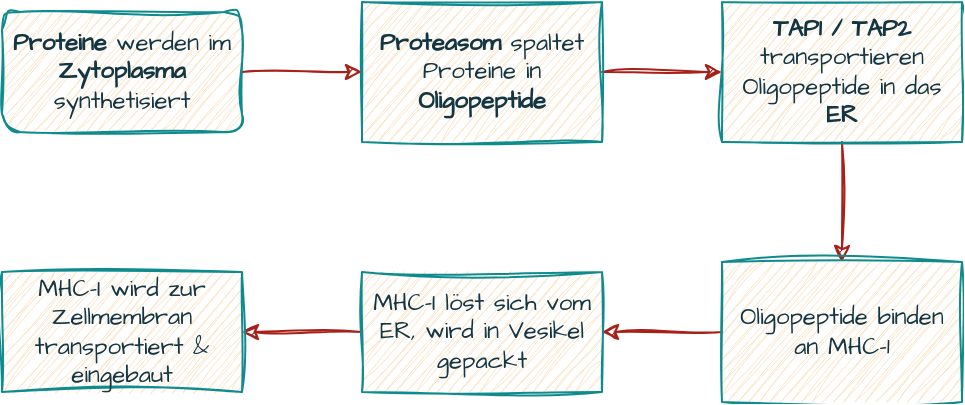
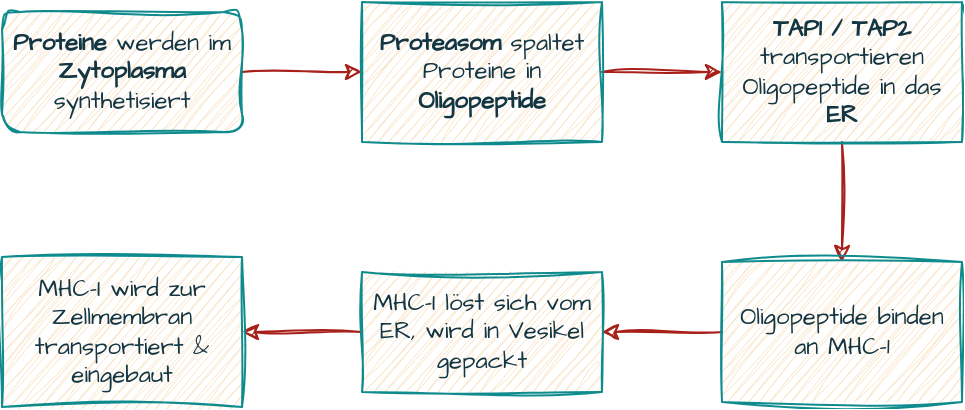
<mxfile host="app.diagrams.net">
  <diagram name="Seite-1" id="3T6dmeuWG0E3CaiEe-1n">
    <mxGraphModel dx="699" dy="434" grid="1" gridSize="10" guides="1" tooltips="1" connect="1" arrows="1" fold="1" page="1" pageScale="1" pageWidth="1169" pageHeight="1169" math="0" shadow="0">
      <root>
        <mxCell id="0" />
        <mxCell id="1" parent="0" />
        <mxCell id="vtuHTFCv5K9JY3mDgwnT-8" edge="1" parent="1" source="vtuHTFCv5K9JY3mDgwnT-1" style="edgeStyle=orthogonalEdgeStyle;rounded=0;sketch=1;hachureGap=4;jiggle=2;curveFitting=1;orthogonalLoop=1;jettySize=auto;html=1;fontFamily=Architects Daughter;fontSource=https%3A%2F%2Ffonts.googleapis.com%2Fcss%3Ffamily%3DArchitects%2BDaughter;labelBackgroundColor=none;strokeColor=#A8201A;fontColor=default;" target="vtuHTFCv5K9JY3mDgwnT-2">
          <mxGeometry relative="1" as="geometry" />
        </mxCell>
        <mxCell id="vtuHTFCv5K9JY3mDgwnT-1" parent="1" style="rounded=1;whiteSpace=wrap;html=1;sketch=1;hachureGap=4;jiggle=2;curveFitting=1;fontFamily=Architects Daughter;fontSource=https%3A%2F%2Ffonts.googleapis.com%2Fcss%3Ffamily%3DArchitects%2BDaughter;labelBackgroundColor=none;fillColor=#FAE5C7;strokeColor=#0F8B8D;fontColor=#143642;" value="&lt;b&gt;Proteine&lt;/b&gt; werden im &lt;b&gt;Zytoplasma&lt;/b&gt; synthetisiert" vertex="1">
          <mxGeometry height="60" width="120" x="170" y="130" as="geometry" />
        </mxCell>
        <mxCell id="vtuHTFCv5K9JY3mDgwnT-9" edge="1" parent="1" source="vtuHTFCv5K9JY3mDgwnT-2" style="edgeStyle=orthogonalEdgeStyle;rounded=0;sketch=1;hachureGap=4;jiggle=2;curveFitting=1;orthogonalLoop=1;jettySize=auto;html=1;entryX=0;entryY=0.5;entryDx=0;entryDy=0;fontFamily=Architects Daughter;fontSource=https%3A%2F%2Ffonts.googleapis.com%2Fcss%3Ffamily%3DArchitects%2BDaughter;labelBackgroundColor=none;strokeColor=#A8201A;fontColor=default;" target="vtuHTFCv5K9JY3mDgwnT-3">
          <mxGeometry relative="1" as="geometry" />
        </mxCell>
        <mxCell id="vtuHTFCv5K9JY3mDgwnT-2" parent="1" style="rounded=0;whiteSpace=wrap;html=1;sketch=1;hachureGap=4;jiggle=2;curveFitting=1;fontFamily=Architects Daughter;fontSource=https%3A%2F%2Ffonts.googleapis.com%2Fcss%3Ffamily%3DArchitects%2BDaughter;labelBackgroundColor=none;fillColor=#FAE5C7;strokeColor=#0F8B8D;fontColor=#143642;" value="&lt;b&gt;Proteasom&lt;/b&gt;&amp;nbsp;spaltet Proteine in &lt;b&gt;Oligopeptide&lt;/b&gt;" vertex="1">
          <mxGeometry height="70" width="120" x="350" y="125" as="geometry" />
        </mxCell>
        <mxCell id="vtuHTFCv5K9JY3mDgwnT-10" edge="1" parent="1" source="vtuHTFCv5K9JY3mDgwnT-3" style="edgeStyle=orthogonalEdgeStyle;rounded=0;sketch=1;hachureGap=4;jiggle=2;curveFitting=1;orthogonalLoop=1;jettySize=auto;html=1;fontFamily=Architects Daughter;fontSource=https%3A%2F%2Ffonts.googleapis.com%2Fcss%3Ffamily%3DArchitects%2BDaughter;labelBackgroundColor=none;strokeColor=#A8201A;fontColor=default;" target="vtuHTFCv5K9JY3mDgwnT-5">
          <mxGeometry relative="1" as="geometry" />
        </mxCell>
        <mxCell id="vtuHTFCv5K9JY3mDgwnT-3" parent="1" style="whiteSpace=wrap;html=1;sketch=1;hachureGap=4;jiggle=2;curveFitting=1;fontFamily=Architects Daughter;fontSource=https%3A%2F%2Ffonts.googleapis.com%2Fcss%3Ffamily%3DArchitects%2BDaughter;labelBackgroundColor=none;fillColor=#FAE5C7;strokeColor=#0F8B8D;fontColor=#143642;" value="&lt;b&gt;TAP1 / TAP2 &lt;/b&gt;transportieren Oligopeptide in das &lt;b&gt;ER&lt;/b&gt;" vertex="1">
          <mxGeometry height="70" width="120" x="530" y="125" as="geometry" />
        </mxCell>
        <mxCell id="vtuHTFCv5K9JY3mDgwnT-11" edge="1" parent="1" source="vtuHTFCv5K9JY3mDgwnT-5" style="edgeStyle=orthogonalEdgeStyle;rounded=0;sketch=1;hachureGap=4;jiggle=2;curveFitting=1;orthogonalLoop=1;jettySize=auto;html=1;fontFamily=Architects Daughter;fontSource=https%3A%2F%2Ffonts.googleapis.com%2Fcss%3Ffamily%3DArchitects%2BDaughter;labelBackgroundColor=none;strokeColor=#A8201A;fontColor=default;" target="vtuHTFCv5K9JY3mDgwnT-6">
          <mxGeometry relative="1" as="geometry" />
        </mxCell>
        <mxCell id="vtuHTFCv5K9JY3mDgwnT-5" parent="1" style="whiteSpace=wrap;html=1;sketch=1;hachureGap=4;jiggle=2;curveFitting=1;fontFamily=Architects Daughter;fontSource=https://fonts.googleapis.com/css?family=Architects+Daughter;labelBackgroundColor=none;fillColor=#FAE5C7;strokeColor=#0F8B8D;fontColor=#143642;" value="Oligopeptide binden an MHC-1" vertex="1">
          <mxGeometry height="70" width="120" x="530" y="255" as="geometry" />
        </mxCell>
        <mxCell id="vtuHTFCv5K9JY3mDgwnT-12" edge="1" parent="1" source="vtuHTFCv5K9JY3mDgwnT-6" style="edgeStyle=orthogonalEdgeStyle;rounded=0;sketch=1;hachureGap=4;jiggle=2;curveFitting=1;orthogonalLoop=1;jettySize=auto;html=1;entryX=1;entryY=0.5;entryDx=0;entryDy=0;fontFamily=Architects Daughter;fontSource=https%3A%2F%2Ffonts.googleapis.com%2Fcss%3Ffamily%3DArchitects%2BDaughter;labelBackgroundColor=none;strokeColor=#A8201A;fontColor=default;" target="vtuHTFCv5K9JY3mDgwnT-7">
          <mxGeometry relative="1" as="geometry" />
        </mxCell>
        <mxCell id="vtuHTFCv5K9JY3mDgwnT-6" parent="1" style="whiteSpace=wrap;html=1;sketch=1;hachureGap=4;jiggle=2;curveFitting=1;fontFamily=Architects Daughter;fontSource=https%3A%2F%2Ffonts.googleapis.com%2Fcss%3Ffamily%3DArchitects%2BDaughter;labelBackgroundColor=none;fillColor=#FAE5C7;strokeColor=#0F8B8D;fontColor=#143642;" value="MHC-I löst sich vom ER, wird in Vesikel gepackt" vertex="1">
          <mxGeometry height="60" width="120" x="350" y="260" as="geometry" />
        </mxCell>
        <mxCell id="vtuHTFCv5K9JY3mDgwnT-7" parent="1" style="whiteSpace=wrap;html=1;sketch=1;hachureGap=4;jiggle=2;curveFitting=1;fontFamily=Architects Daughter;fontSource=https%3A%2F%2Ffonts.googleapis.com%2Fcss%3Ffamily%3DArchitects%2BDaughter;labelBackgroundColor=none;fillColor=#FAE5C7;strokeColor=#0F8B8D;fontColor=#143642;" value="MHC-I wird zur Zellmembran transportiert &amp;amp; eingebaut" vertex="1">
-           <mxGeometry height="60" width="120" x="170" y="260" as="geometry" />
+           <mxGeometry height="75" width="120" x="170" y="252.5" as="geometry" />
        </mxCell>
      </root>
    </mxGraphModel>
  </diagram>
</mxfile>
